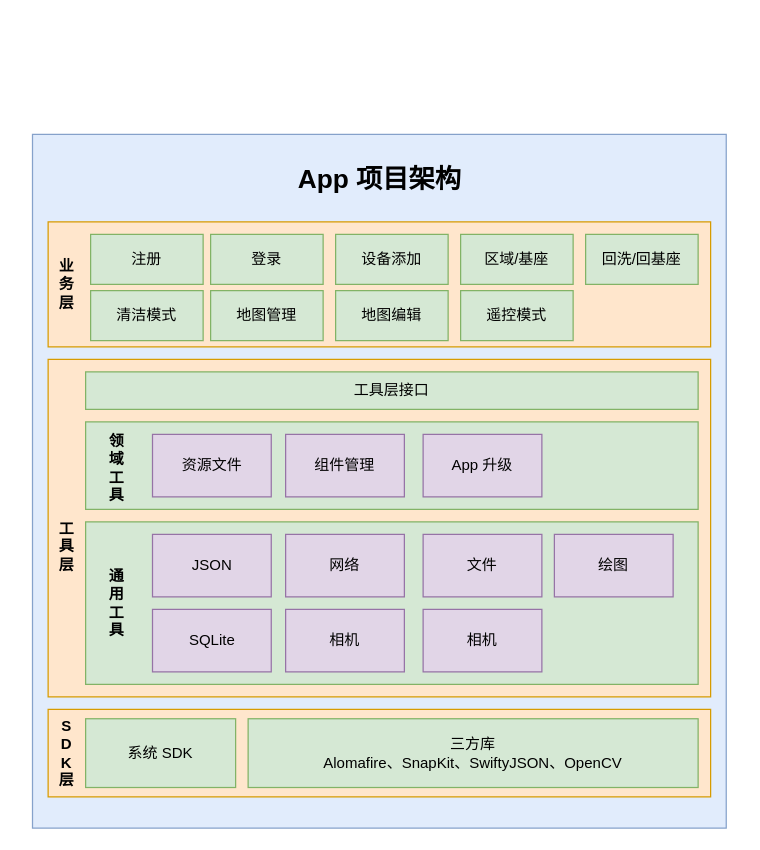
Before: App 项目架构.drawio in dev-dylan/draw.io, a draw.io diagram. Source tidied: cells renumbered, new cells numbered last; positions are measured from the earlier drawing's top-left corner, leaving out a move shared by most shapes. Both pictures are drawn from the tidied source at 125%, with x=0, y=0 at pixel (29, 134).
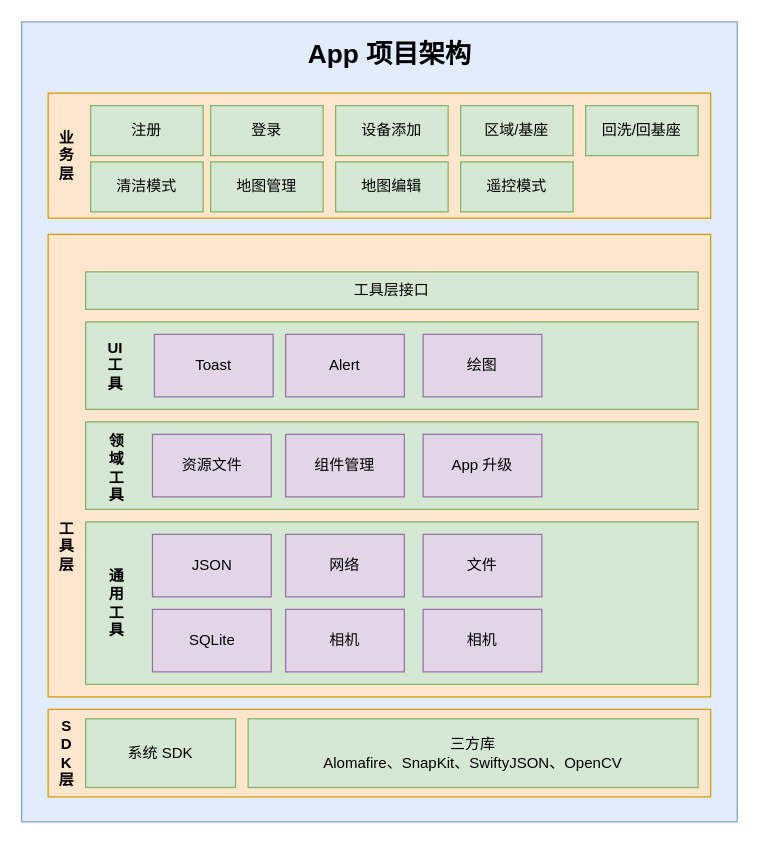
After the change.

The edit, as a diff of the source:
```diff
@@
     <mxCell id="2" style="whiteSpace=wrap;html=1;fillColor=#dae8fc;strokeColor=#6c8ebf;shadow=0;rounded=0;glass=0;sketch=0;opacity=80;strokeWidth=1;" parent="1" vertex="1">
-      <mxGeometry x="2.5" width="555" height="555" as="geometry" />
+      <mxGeometry x="-6.2" y="-90" width="572.5" height="640" as="geometry" />
     </mxCell>
@@
     <mxCell id="6" style="rounded=0;whiteSpace=wrap;html=1;fillColor=#ffe6cc;strokeColor=#d79b00;" parent="1" vertex="1">
-      <mxGeometry x="15" y="180" width="530" height="270" as="geometry" />
+      <mxGeometry x="15" y="80" width="530" height="370" as="geometry" />
     </mxCell>
@@
     <mxCell id="21" value="工具层接口" style="rounded=0;whiteSpace=wrap;html=1;fillColor=#d5e8d4;strokeColor=#82b366;" parent="1" vertex="1">
-      <mxGeometry x="45" y="190" width="490" height="30" as="geometry" />
+      <mxGeometry x="45" y="110" width="490" height="30" as="geometry" />
     </mxCell>
     <mxCell id="22" style="rounded=0;whiteSpace=wrap;html=1;fillColor=#ffe6cc;strokeColor=#d79b00;" parent="1" vertex="1">
-      <mxGeometry x="15" y="70" width="530" height="100" as="geometry" />
+      <mxGeometry x="15" y="-33" width="530" height="100" as="geometry" />
     </mxCell>
     <mxCell id="23" value="业&lt;br&gt;务&lt;br&gt;层" style="text;html=1;strokeColor=none;fillColor=none;align=center;verticalAlign=middle;whiteSpace=wrap;rounded=0;fontStyle=1;" parent="1" vertex="1">
-      <mxGeometry y="105" width="60" height="30" as="geometry" />
+      <mxGeometry y="2" width="60" height="30" as="geometry" />
     </mxCell>
     <mxCell id="24" value="登录" style="rounded=0;whiteSpace=wrap;html=1;fillColor=#d5e8d4;strokeColor=#82b366;" parent="1" vertex="1">
-      <mxGeometry x="145" y="80" width="90" height="40" as="geometry" />
+      <mxGeometry x="145" y="-23" width="90" height="40" as="geometry" />
     </mxCell>
     <mxCell id="25" value="注册" style="rounded=0;whiteSpace=wrap;html=1;fillColor=#d5e8d4;strokeColor=#82b366;" parent="1" vertex="1">
-      <mxGeometry x="49" y="80" width="90" height="40" as="geometry" />
+      <mxGeometry x="49" y="-23" width="90" height="40" as="geometry" />
     </mxCell>
     <mxCell id="26" value="设备添加" style="rounded=0;whiteSpace=wrap;html=1;fillColor=#d5e8d4;strokeColor=#82b366;" parent="1" vertex="1">
-      <mxGeometry x="245" y="80" width="90" height="40" as="geometry" />
+      <mxGeometry x="245" y="-23" width="90" height="40" as="geometry" />
     </mxCell>
     <mxCell id="27" value="区域/基座" style="rounded=0;whiteSpace=wrap;html=1;fillColor=#d5e8d4;strokeColor=#82b366;" parent="1" vertex="1">
-      <mxGeometry x="345" y="80" width="90" height="40" as="geometry" />
+      <mxGeometry x="345" y="-23" width="90" height="40" as="geometry" />
     </mxCell>
     <mxCell id="28" value="地图管理" style="rounded=0;whiteSpace=wrap;html=1;fillColor=#d5e8d4;strokeColor=#82b366;" parent="1" vertex="1">
-      <mxGeometry x="145" y="125" width="90" height="40" as="geometry" />
+      <mxGeometry x="145" y="22" width="90" height="40" as="geometry" />
     </mxCell>
     <mxCell id="29" value="地图编辑" style="rounded=0;whiteSpace=wrap;html=1;fillColor=#d5e8d4;strokeColor=#82b366;" parent="1" vertex="1">
-      <mxGeometry x="245" y="125" width="90" height="40" as="geometry" />
+      <mxGeometry x="245" y="22" width="90" height="40" as="geometry" />
     </mxCell>
     <mxCell id="30" value="清洁模式" style="rounded=0;whiteSpace=wrap;html=1;fillColor=#d5e8d4;strokeColor=#82b366;" parent="1" vertex="1">
-      <mxGeometry x="49" y="125" width="90" height="40" as="geometry" />
+      <mxGeometry x="49" y="22" width="90" height="40" as="geometry" />
     </mxCell>
-    <mxCell id="31" value="绘图" style="rounded=0;whiteSpace=wrap;html=1;fillColor=#e1d5e7;strokeColor=#9673a6;" parent="1" vertex="1">
-      <mxGeometry x="420" y="320" width="95" height="50" as="geometry" />
-    </mxCell>
     <mxCell id="32" value="回洗/回基座" style="rounded=0;whiteSpace=wrap;html=1;fillColor=#d5e8d4;strokeColor=#82b366;" parent="1" vertex="1">
-      <mxGeometry x="445" y="80" width="90" height="40" as="geometry" />
+      <mxGeometry x="445" y="-23" width="90" height="40" as="geometry" />
     </mxCell>
     <mxCell id="33" value="遥控模式" style="rounded=0;whiteSpace=wrap;html=1;fillColor=#d5e8d4;strokeColor=#82b366;" parent="1" vertex="1">
-      <mxGeometry x="345" y="125" width="90" height="40" as="geometry" />
+      <mxGeometry x="345" y="22" width="90" height="40" as="geometry" />
     </mxCell>
     <mxCell id="34" value="&lt;font style=&quot;font-size: 21px;&quot;&gt;&lt;b&gt;App 项目架构&lt;/b&gt;&lt;/font&gt;" style="text;html=1;strokeColor=none;fillColor=none;align=center;verticalAlign=middle;whiteSpace=wrap;rounded=0;shadow=0;glass=0;sketch=0;fontColor=#000000;opacity=80;" parent="1" vertex="1">
-      <mxGeometry x="182.5" y="20" width="195" height="30" as="geometry" />
+      <mxGeometry x="191.2" y="-80" width="195" height="30" as="geometry" />
     </mxCell>
@@
+    <mxCell id="36" style="rounded=0;whiteSpace=wrap;html=1;fillColor=#d5e8d4;strokeColor=#82b366;glass=0;" parent="1" vertex="1">
+      <mxGeometry x="45" y="150" width="490" height="70" as="geometry" />
+    </mxCell>
+    <mxCell id="37" value="UI&lt;br&gt;工&lt;br&gt;具" style="text;html=1;strokeColor=none;fillColor=none;align=center;verticalAlign=middle;whiteSpace=wrap;rounded=0;fontStyle=1;" parent="1" vertex="1">
+      <mxGeometry x="38.5" y="170" width="60" height="30" as="geometry" />
+    </mxCell>
+    <mxCell id="38" value="Toast" style="rounded=0;whiteSpace=wrap;html=1;fillColor=#e1d5e7;strokeColor=#9673a6;" parent="1" vertex="1">
+      <mxGeometry x="100" y="160" width="95" height="50" as="geometry" />
+    </mxCell>
+    <mxCell id="39" value="Alert" style="rounded=0;whiteSpace=wrap;html=1;fillColor=#e1d5e7;strokeColor=#9673a6;" parent="1" vertex="1">
+      <mxGeometry x="205" y="160" width="95" height="50" as="geometry" />
+    </mxCell>
+    <mxCell id="31" value="绘图" style="rounded=0;whiteSpace=wrap;html=1;fillColor=#e1d5e7;strokeColor=#9673a6;" parent="1" vertex="1">
+      <mxGeometry x="315" y="160" width="95" height="50" as="geometry" />
+    </mxCell>
```
